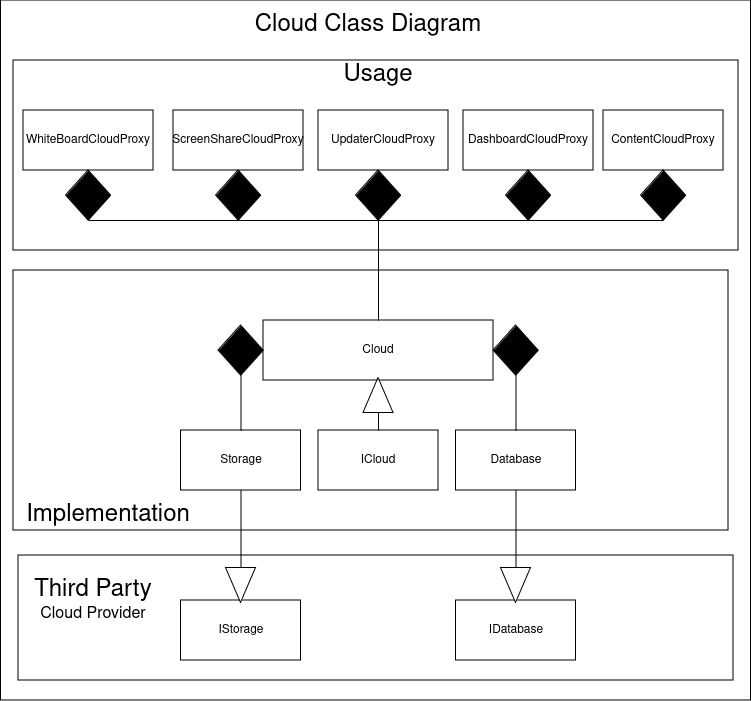
Earlier version of the draw.io export cloud.png (IIT-PKD-Software-Engg/Cloud). Source tidied: cells renumbered, new cells last; positions are measured from the earlier drawing's top-left corner, leaving out a move shared by most shapes.
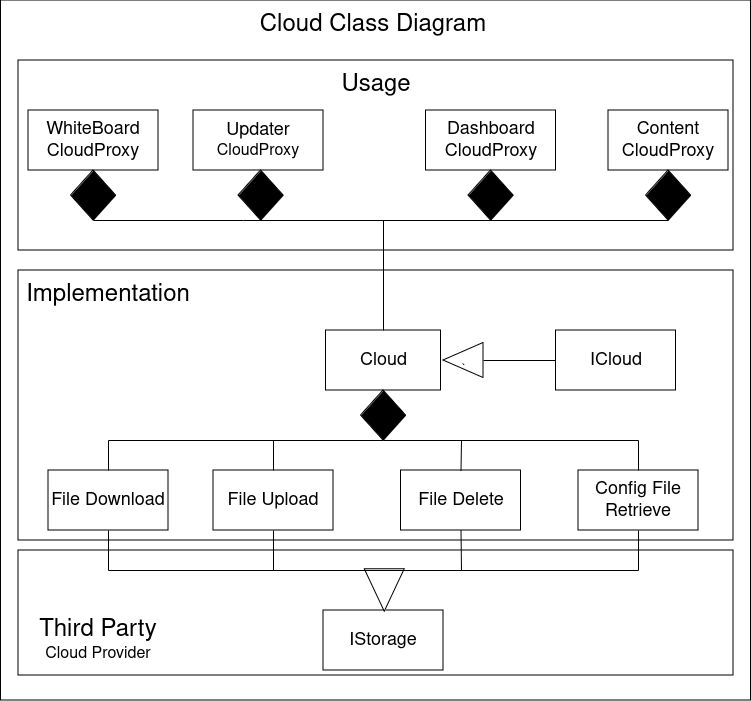
Later version of the same file.

Diff of the diagram source:
```diff
@@ -3,35 +3,32 @@
     <mxCell id="0" />
     <mxCell id="1" parent="0" />
     <mxCell id="2" style="rounded=0;whiteSpace=wrap;html=1;" parent="1" vertex="1">
-      <mxGeometry x="-0.5" width="750" height="700" as="geometry" />
+      <mxGeometry x="-5.5" width="750" height="700" as="geometry" />
     </mxCell>
     <mxCell id="3" style="rounded=0;whiteSpace=wrap;html=1;" parent="1" vertex="1">
-      <mxGeometry x="17" y="555" width="715" height="125" as="geometry" />
+      <mxGeometry x="12" y="550" width="715" height="125" as="geometry" />
     </mxCell>
     <mxCell id="4" style="rounded=0;whiteSpace=wrap;html=1;" parent="1" vertex="1">
-      <mxGeometry x="12" y="270" width="715" height="260" as="geometry" />
+      <mxGeometry x="12" y="270" width="715" height="270" as="geometry" />
     </mxCell>
     <mxCell id="5" style="rounded=0;whiteSpace=wrap;html=1;" parent="1" vertex="1">
-      <mxGeometry x="12" y="60" width="725" height="190" as="geometry" />
+      <mxGeometry x="12" y="60" width="715" height="190" as="geometry" />
     </mxCell>
-    <mxCell id="6" value="ICloud" style="rounded=0;whiteSpace=wrap;html=1;" parent="1" vertex="1">
-      <mxGeometry x="317" y="430" width="120" height="60" as="geometry" />
+    <mxCell id="6" value="&lt;font style=&quot;font-size: 18px;&quot;&gt;ICloud&lt;/font&gt;" style="rounded=0;whiteSpace=wrap;html=1;" parent="1" vertex="1">
+      <mxGeometry x="549.5" y="330" width="120" height="60" as="geometry" />
     </mxCell>
-    <mxCell id="7" value="WhiteBoardCloudProxy" style="rounded=0;whiteSpace=wrap;html=1;" parent="1" vertex="1">
+    <mxCell id="7" value="&lt;div&gt;&lt;font style=&quot;font-size: 18px;&quot;&gt;WhiteBoard&lt;/font&gt;&lt;/div&gt;&lt;div&gt;&lt;font style=&quot;font-size: 18px;&quot;&gt;CloudProxy&lt;/font&gt;&lt;/div&gt;" style="rounded=0;whiteSpace=wrap;html=1;" parent="1" vertex="1">
       <mxGeometry x="22" y="110" width="130" height="60" as="geometry" />
     </mxCell>
-    <mxCell id="8" value="ContentCloudProxy" style="rounded=0;whiteSpace=wrap;html=1;" parent="1" vertex="1">
+    <mxCell id="8" value="&lt;div&gt;&lt;font style=&quot;font-size: 18px;&quot;&gt;Content&lt;/font&gt;&lt;/div&gt;&lt;div&gt;&lt;font style=&quot;font-size: 18px;&quot;&gt;CloudProxy&lt;/font&gt;&lt;/div&gt;" style="rounded=0;whiteSpace=wrap;html=1;" parent="1" vertex="1">
       <mxGeometry x="602" y="110" width="120" height="60" as="geometry" />
     </mxCell>
-    <mxCell id="9" value="Cloud" style="rounded=0;whiteSpace=wrap;html=1;" parent="1" vertex="1">
-      <mxGeometry x="262" y="320" width="230" height="60" as="geometry" />
+    <mxCell id="9" value="&lt;font style=&quot;font-size: 18px;&quot;&gt;Cloud&lt;/font&gt;" style="rounded=0;whiteSpace=wrap;html=1;" parent="1" vertex="1">
+      <mxGeometry x="319.5" y="330" width="115" height="60" as="geometry" />
     </mxCell>
-    <mxCell id="10" value="IStorage" style="rounded=0;whiteSpace=wrap;html=1;" parent="1" vertex="1">
-      <mxGeometry x="179.5" y="600" width="120" height="60" as="geometry" />
+    <mxCell id="10" value="&lt;font style=&quot;font-size: 18px;&quot;&gt;IStorage&lt;/font&gt;" style="rounded=0;whiteSpace=wrap;html=1;" parent="1" vertex="1">
+      <mxGeometry x="317" y="610" width="120" height="60" as="geometry" />
     </mxCell>
-    <mxCell id="11" value="IDatabase" style="rounded=0;whiteSpace=wrap;html=1;" parent="1" vertex="1">
-      <mxGeometry x="454.5" y="600" width="120" height="60" as="geometry" />
-    </mxCell>
     <mxCell id="12" style="rhombus;whiteSpace=wrap;html=1;fillColor=#000000;" parent="1" vertex="1">
       <mxGeometry x="64.5" y="170" width="45" height="50" as="geometry" />
     </mxCell>
@@ -46,80 +43,128 @@
         <mxPoint x="377" y="220" as="sourcePoint" />
       </mxGeometry>
     </mxCell>
-    <mxCell id="16" style="triangle;whiteSpace=wrap;html=1;rotation=-90;" parent="1" vertex="1">
-      <mxGeometry x="359.5" y="380" width="35" height="30" as="geometry" />
+    <mxCell id="16" value="`" style="triangle;whiteSpace=wrap;html=1;rotation=-180;" parent="1" vertex="1">
+      <mxGeometry x="437" y="342.5" width="40" height="35" as="geometry" />
     </mxCell>
-    <mxCell id="17" value="Storage" style="rounded=0;whiteSpace=wrap;html=1;" parent="1" vertex="1">
-      <mxGeometry x="179.5" y="430" width="120" height="60" as="geometry" />
+    <mxCell id="17" value="&lt;font style=&quot;font-size: 18px;&quot;&gt;File Download&lt;/font&gt;" style="rounded=0;whiteSpace=wrap;html=1;" parent="1" vertex="1">
+      <mxGeometry x="42" y="470" width="120" height="60" as="geometry" />
     </mxCell>
-    <mxCell id="18" value="Database" style="rounded=0;whiteSpace=wrap;html=1;" parent="1" vertex="1">
-      <mxGeometry x="454.5" y="430" width="120" height="60" as="geometry" />
-    </mxCell>
     <mxCell id="19" style="triangle;whiteSpace=wrap;html=1;rotation=90;" parent="1" vertex="1">
-      <mxGeometry x="222" y="570" width="35" height="30" as="geometry" />
+      <mxGeometry x="357" y="570" width="42.5" height="40" as="geometry" />
     </mxCell>
-    <mxCell id="20" style="triangle;whiteSpace=wrap;html=1;rotation=90;" parent="1" vertex="1">
-      <mxGeometry x="497" y="570" width="35" height="30" as="geometry" />
-    </mxCell>
-    <mxCell id="21" style="endArrow=none;html=1;rounded=0;exitX=0.5;exitY=1;exitDx=0;exitDy=0;entryX=0;entryY=0.5;entryDx=0;entryDy=0;" parent="1" edge="1" source="17" target="19">
-      <mxGeometry relative="1" as="geometry" />
-    </mxCell>
-    <mxCell id="22" style="endArrow=none;html=1;rounded=0;exitX=0.5;exitY=1;exitDx=0;exitDy=0;entryX=0;entryY=0.5;entryDx=0;entryDy=0;" parent="1" edge="1" source="18" target="20">
-      <mxGeometry relative="1" as="geometry" />
-    </mxCell>
     <mxCell id="23" value="&lt;font style=&quot;font-size: 24px;&quot;&gt;Cloud Class Diagram&lt;br&gt;&lt;/font&gt;" style="text;html=1;align=center;verticalAlign=middle;whiteSpace=wrap;rounded=0;" parent="1" vertex="1">
       <mxGeometry x="172" y="10" width="390" height="30" as="geometry" />
     </mxCell>
-    <mxCell id="24" value="ScreenShareCloudProxy" style="rounded=0;whiteSpace=wrap;html=1;" parent="1" vertex="1">
-      <mxGeometry x="172" y="110" width="130" height="60" as="geometry" />
-    </mxCell>
-    <mxCell id="25" style="rhombus;whiteSpace=wrap;html=1;fillColor=#000000;" parent="1" vertex="1">
-      <mxGeometry x="214.5" y="170" width="45" height="50" as="geometry" />
-    </mxCell>
-    <mxCell id="26" style="endArrow=none;html=1;rounded=0;entryX=0.5;entryY=1;entryDx=0;entryDy=0;exitX=0.5;exitY=1;exitDx=0;exitDy=0;" parent="1" edge="1" source="25" target="12">
-      <mxGeometry relative="1" as="geometry" />
+    <mxCell id="26" style="endArrow=none;html=1;rounded=0;entryX=0.5;entryY=1;entryDx=0;entryDy=0;exitX=0.5;exitY=1;exitDx=0;exitDy=0;" parent="1" edge="1" target="12">
+      <mxGeometry relative="1" as="geometry">
+        <mxPoint x="237" y="220" as="sourcePoint" />
+      </mxGeometry>
     </mxCell>
-    <mxCell id="27" style="endArrow=none;html=1;rounded=0;entryX=0.5;entryY=1;entryDx=0;entryDy=0;exitX=0.5;exitY=1;exitDx=0;exitDy=0;" parent="1" edge="1" source="38" target="25">
-      <mxGeometry relative="1" as="geometry" />
+    <mxCell id="27" style="endArrow=none;html=1;rounded=0;entryX=0.5;entryY=1;entryDx=0;entryDy=0;exitX=0.5;exitY=1;exitDx=0;exitDy=0;" parent="1" edge="1" source="38">
+      <mxGeometry relative="1" as="geometry">
+        <mxPoint x="237" y="220" as="targetPoint" />
+      </mxGeometry>
     </mxCell>
-    <mxCell id="28" style="endArrow=none;html=1;rounded=0;entryX=0;entryY=0.5;entryDx=0;entryDy=0;exitX=0.5;exitY=0;exitDx=0;exitDy=0;" parent="1" edge="1" source="6" target="16">
-      <mxGeometry relative="1" as="geometry" />
-    </mxCell>
     <mxCell id="29" value="&lt;font style=&quot;font-size: 24px;&quot;&gt;Usage&lt;/font&gt;" style="text;html=1;align=center;verticalAlign=middle;whiteSpace=wrap;rounded=0;" parent="1" vertex="1">
-      <mxGeometry x="347" y="60" width="60" height="30" as="geometry" />
+      <mxGeometry x="339.5" y="70" width="60" height="30" as="geometry" />
     </mxCell>
     <mxCell id="30" style="rhombus;whiteSpace=wrap;html=1;fillColor=#000000;" parent="1" vertex="1">
-      <mxGeometry x="217" y="325" width="45" height="50" as="geometry" />
+      <mxGeometry x="354.5" y="390" width="45" height="50" as="geometry" />
     </mxCell>
-    <mxCell id="31" style="rhombus;whiteSpace=wrap;html=1;fillColor=#000000;" parent="1" vertex="1">
-      <mxGeometry x="492" y="325" width="45" height="50" as="geometry" />
-    </mxCell>
-    <mxCell id="32" style="endArrow=none;html=1;rounded=0;entryX=0.5;entryY=1;entryDx=0;entryDy=0;exitX=0.5;exitY=0;exitDx=0;exitDy=0;" parent="1" edge="1" source="17" target="30">
-      <mxGeometry relative="1" as="geometry" />
-    </mxCell>
-    <mxCell id="33" style="endArrow=none;html=1;rounded=0;entryX=0.5;entryY=1;entryDx=0;entryDy=0;exitX=0.5;exitY=0;exitDx=0;exitDy=0;" parent="1" edge="1" source="18" target="31">
-      <mxGeometry relative="1" as="geometry" />
-    </mxCell>
     <mxCell id="34" value="&lt;div&gt;&lt;font style=&quot;font-size: 24px;&quot;&gt;Implementation&lt;/font&gt;&lt;/div&gt;" style="text;html=1;align=center;verticalAlign=middle;whiteSpace=wrap;rounded=0;" parent="1" vertex="1">
-      <mxGeometry x="42" y="500" width="130" height="30" as="geometry" />
+      <mxGeometry x="37" y="280" width="130" height="30" as="geometry" />
     </mxCell>
     <mxCell id="35" value="&lt;div&gt;&lt;font style=&quot;font-size: 24px;&quot;&gt;Third Party&lt;/font&gt;&lt;/div&gt;&lt;div&gt;&lt;font size=&quot;3&quot;&gt;Cloud Provider&lt;/font&gt;&lt;br&gt;&lt;/div&gt;" style="text;html=1;align=center;verticalAlign=middle;whiteSpace=wrap;rounded=0;" parent="1" vertex="1">
-      <mxGeometry x="22" y="570" width="140" height="60" as="geometry" />
+      <mxGeometry x="22" y="610" width="140" height="60" as="geometry" />
     </mxCell>
-    <mxCell id="36" value="UpdaterCloudProxy" style="rounded=0;whiteSpace=wrap;html=1;" parent="1" vertex="1">
-      <mxGeometry x="317" y="110" width="130" height="60" as="geometry" />
+    <mxCell id="36" value="&lt;div&gt;&lt;font style=&quot;font-size: 18px;&quot;&gt;Updater&lt;/font&gt;&lt;/div&gt;&lt;div&gt;&lt;font size=&quot;3&quot;&gt;CloudProxy&lt;/font&gt;&lt;/div&gt;" style="rounded=0;whiteSpace=wrap;html=1;" parent="1" vertex="1">
+      <mxGeometry x="187" y="110" width="130" height="60" as="geometry" />
     </mxCell>
-    <mxCell id="37" value="DashboardCloudProxy" style="rounded=0;whiteSpace=wrap;html=1;" parent="1" vertex="1">
-      <mxGeometry x="462" y="110" width="130" height="60" as="geometry" />
+    <mxCell id="37" value="&lt;div&gt;&lt;font style=&quot;font-size: 18px;&quot;&gt;Dashboard&lt;/font&gt;&lt;/div&gt;&lt;div&gt;&lt;font style=&quot;font-size: 18px;&quot;&gt;CloudProxy&lt;/font&gt;&lt;/div&gt;" style="rounded=0;whiteSpace=wrap;html=1;" parent="1" vertex="1">
+      <mxGeometry x="419.5" y="110" width="130" height="60" as="geometry" />
     </mxCell>
     <mxCell id="38" style="rhombus;whiteSpace=wrap;html=1;fillColor=#000000;" parent="1" vertex="1">
-      <mxGeometry x="354.5" y="170" width="45" height="50" as="geometry" />
+      <mxGeometry x="232" y="170" width="45" height="50" as="geometry" />
     </mxCell>
     <mxCell id="39" style="rhombus;whiteSpace=wrap;html=1;fillColor=#000000;" parent="1" vertex="1">
-      <mxGeometry x="504.5" y="170" width="45" height="50" as="geometry" />
+      <mxGeometry x="462" y="170" width="45" height="50" as="geometry" />
     </mxCell>
     <mxCell id="40" style="endArrow=none;html=1;rounded=0;entryX=0.5;entryY=1;entryDx=0;entryDy=0;exitX=0.5;exitY=1;exitDx=0;exitDy=0;" parent="1" edge="1" source="38" target="39">
       <mxGeometry relative="1" as="geometry" />
     </mxCell>
+    <mxCell id="41" style="endArrow=none;html=1;rounded=0;exitX=0;exitY=0.5;exitDx=0;exitDy=0;entryX=0;entryY=0.5;entryDx=0;entryDy=0;" parent="1" edge="1" source="16" target="6">
+      <mxGeometry relative="1" as="geometry" />
+    </mxCell>
+    <mxCell id="42" value="&lt;div&gt;&lt;font style=&quot;font-size: 18px;&quot;&gt;File Upload&lt;/font&gt;&lt;/div&gt;" style="rounded=0;whiteSpace=wrap;html=1;" parent="1" vertex="1">
+      <mxGeometry x="207" y="470" width="120" height="60" as="geometry" />
+    </mxCell>
+    <mxCell id="43" value="&lt;div&gt;&lt;font style=&quot;font-size: 18px;&quot;&gt;File Delete&lt;/font&gt;&lt;/div&gt;" style="rounded=0;whiteSpace=wrap;html=1;" parent="1" vertex="1">
+      <mxGeometry x="394.5" y="470" width="120" height="60" as="geometry" />
+    </mxCell>
+    <mxCell id="44" value="&lt;div&gt;&lt;font style=&quot;font-size: 18px;&quot;&gt;Config File Retrieve&lt;/font&gt;&lt;/div&gt;" style="rounded=0;whiteSpace=wrap;html=1;" parent="1" vertex="1">
+      <mxGeometry x="572" y="470" width="120" height="60" as="geometry" />
+    </mxCell>
+    <mxCell id="45" style="endArrow=none;html=1;rounded=0;exitX=0.5;exitY=1;exitDx=0;exitDy=0;" parent="1" edge="1" source="30">
+      <mxGeometry relative="1" as="geometry">
+        <mxPoint x="632" y="440" as="targetPoint" />
+      </mxGeometry>
+    </mxCell>
+    <mxCell id="46" style="endArrow=none;html=1;rounded=0;exitX=0.5;exitY=1;exitDx=0;exitDy=0;" parent="1" edge="1" source="30">
+      <mxGeometry relative="1" as="geometry">
+        <mxPoint x="102" y="440" as="targetPoint" />
+      </mxGeometry>
+    </mxCell>
+    <mxCell id="47" style="endArrow=none;html=1;rounded=0;exitX=0.5;exitY=0;exitDx=0;exitDy=0;" parent="1" edge="1" source="17">
+      <mxGeometry relative="1" as="geometry">
+        <mxPoint x="102" y="440" as="targetPoint" />
+      </mxGeometry>
+    </mxCell>
+    <mxCell id="48" style="endArrow=none;html=1;rounded=0;exitX=0.5;exitY=0;exitDx=0;exitDy=0;" parent="1" edge="1" source="42">
+      <mxGeometry relative="1" as="geometry">
+        <mxPoint x="267" y="440" as="targetPoint" />
+      </mxGeometry>
+    </mxCell>
+    <mxCell id="49" style="endArrow=none;html=1;rounded=0;entryX=0.5;entryY=0;entryDx=0;entryDy=0;" parent="1" edge="1" target="43">
+      <mxGeometry relative="1" as="geometry">
+        <mxPoint x="455" y="440" as="sourcePoint" />
+      </mxGeometry>
+    </mxCell>
+    <mxCell id="50" style="endArrow=none;html=1;rounded=0;entryX=0.5;entryY=0;entryDx=0;entryDy=0;" parent="1" edge="1" target="44">
+      <mxGeometry relative="1" as="geometry">
+        <mxPoint x="632" y="440" as="sourcePoint" />
+      </mxGeometry>
+    </mxCell>
+    <mxCell id="51" style="endArrow=none;html=1;rounded=0;exitX=0.5;exitY=1;exitDx=0;exitDy=0;" parent="1" edge="1">
+      <mxGeometry relative="1" as="geometry">
+        <mxPoint x="369.5" y="570" as="sourcePoint" />
+        <mxPoint x="102" y="570" as="targetPoint" />
+      </mxGeometry>
+    </mxCell>
+    <mxCell id="52" style="endArrow=none;html=1;rounded=0;exitX=0.5;exitY=1;exitDx=0;exitDy=0;" parent="1" edge="1">
+      <mxGeometry relative="1" as="geometry">
+        <mxPoint x="369.5" y="570" as="sourcePoint" />
+        <mxPoint x="632" y="570" as="targetPoint" />
+      </mxGeometry>
+    </mxCell>
+    <mxCell id="53" style="endArrow=none;html=1;rounded=0;entryX=0.5;entryY=1;entryDx=0;entryDy=0;" parent="1" edge="1" target="17">
+      <mxGeometry relative="1" as="geometry">
+        <mxPoint x="102" y="570" as="sourcePoint" />
+      </mxGeometry>
+    </mxCell>
+    <mxCell id="54" style="endArrow=none;html=1;rounded=0;entryX=0.5;entryY=1;entryDx=0;entryDy=0;" parent="1" edge="1" target="42">
+      <mxGeometry relative="1" as="geometry">
+        <mxPoint x="267" y="570" as="sourcePoint" />
+      </mxGeometry>
+    </mxCell>
+    <mxCell id="55" style="endArrow=none;html=1;rounded=0;entryX=0.5;entryY=1;entryDx=0;entryDy=0;" parent="1" edge="1" target="44">
+      <mxGeometry relative="1" as="geometry">
+        <mxPoint x="632" y="570" as="sourcePoint" />
+      </mxGeometry>
+    </mxCell>
+    <mxCell id="56" style="endArrow=none;html=1;rounded=0;entryX=0.5;entryY=1;entryDx=0;entryDy=0;" parent="1" edge="1" target="43">
+      <mxGeometry relative="1" as="geometry">
+        <mxPoint x="455" y="570" as="sourcePoint" />
+      </mxGeometry>
+    </mxCell>
   </root>
 </mxGraphModel>
```
